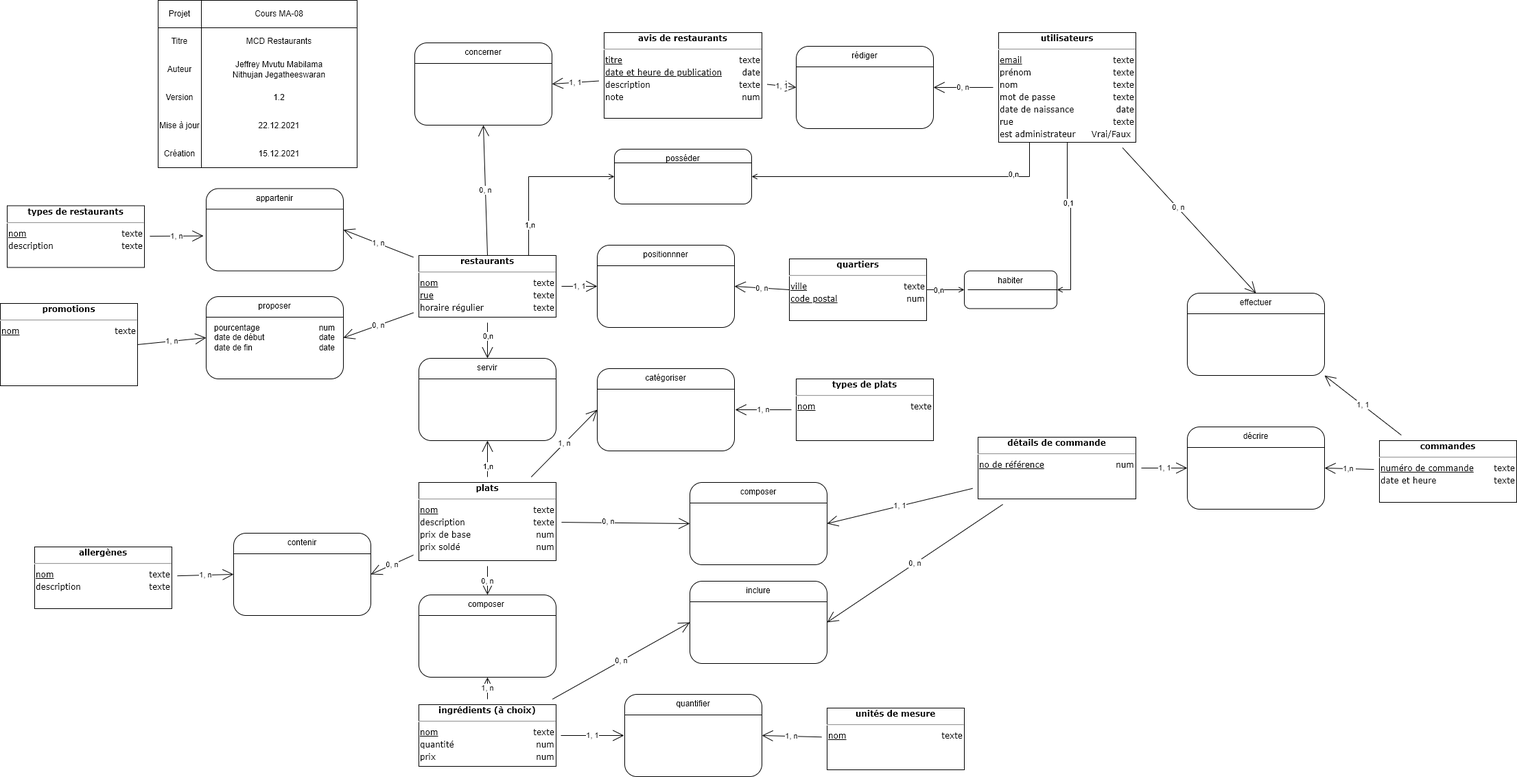
Before: Rendu/MCD-Restaurants.png, a diagram exported from draw.io (J-Nithujan/MA-08-Modele-Restaurants). Source tidied: cells renumbered, new cells last; positions are measured from the earlier drawing's top-left corner, leaving out a move shared by most shapes.
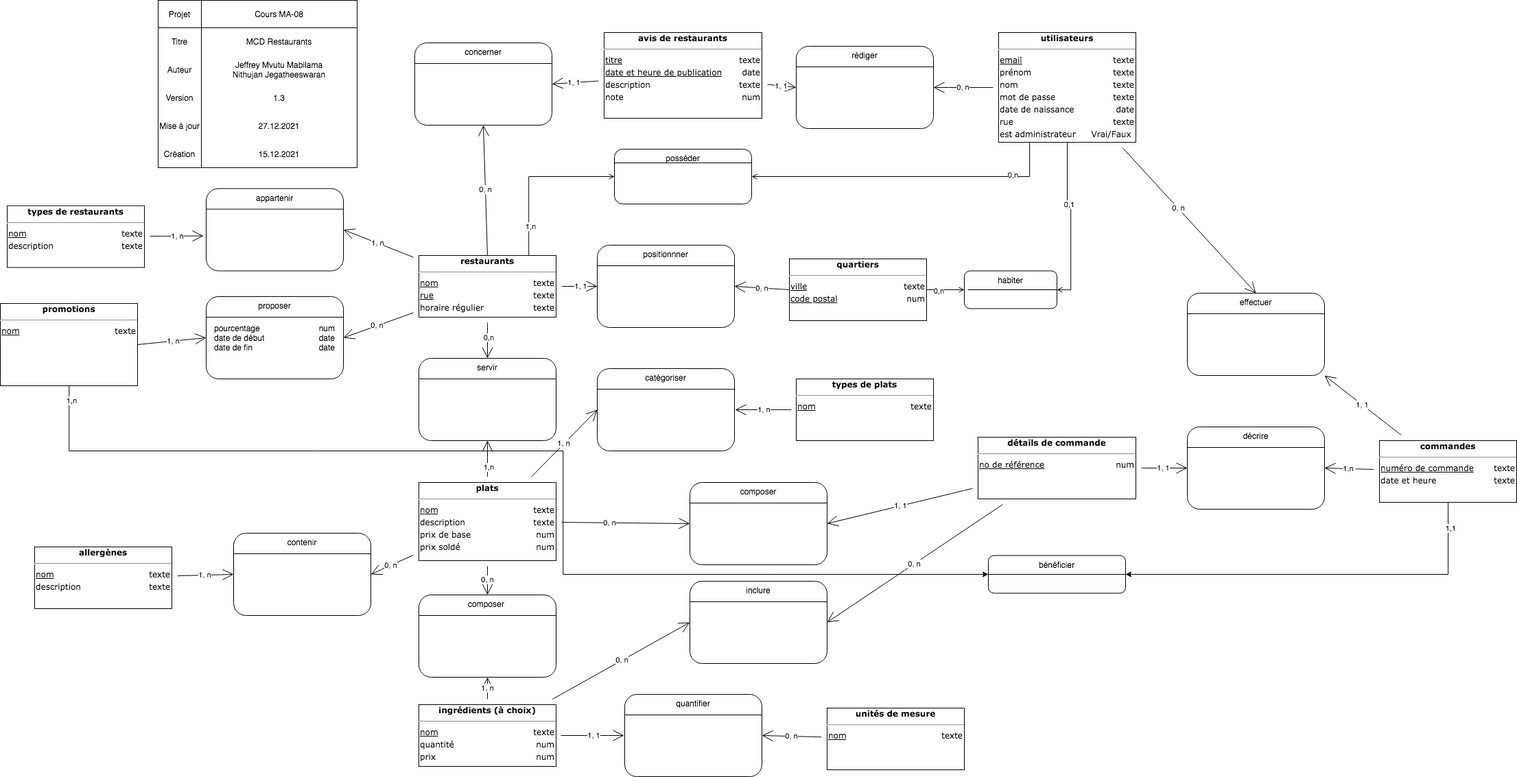
The same file after the commit.

The edit, as a diff of the source:
```diff
@@ -38,7 +38,7 @@
     <mxCell id="13" value="Version" style="shape=partialRectangle;html=1;whiteSpace=wrap;fillColor=none;top=0;left=0;bottom=0;right=0;overflow=hidden;" parent="12" vertex="1">
       <mxGeometry width="63" height="41" as="geometry" />
     </mxCell>
-    <mxCell id="14" value="1.2" style="shape=partialRectangle;html=1;whiteSpace=wrap;fillColor=none;top=0;left=0;bottom=0;right=0;overflow=hidden;" parent="12" vertex="1">
+    <mxCell id="14" value="1.3" style="shape=partialRectangle;html=1;whiteSpace=wrap;fillColor=none;top=0;left=0;bottom=0;right=0;overflow=hidden;" parent="12" vertex="1">
       <mxGeometry x="63" width="227" height="41" as="geometry" />
     </mxCell>
     <mxCell id="15" style="shape=partialRectangle;html=1;whiteSpace=wrap;fillColor=none;top=0;left=0;bottom=0;right=0;" parent="2" vertex="1">
@@ -47,7 +47,7 @@
     <mxCell id="16" value="Mise à jour" style="shape=partialRectangle;html=1;whiteSpace=wrap;fillColor=none;top=0;left=0;bottom=0;right=0;overflow=hidden;" parent="15" vertex="1">
       <mxGeometry width="63" height="41" as="geometry" />
     </mxCell>
-    <mxCell id="17" value="22.12.2021" style="shape=partialRectangle;html=1;whiteSpace=wrap;fillColor=none;top=0;left=0;bottom=0;right=0;overflow=hidden;" parent="15" vertex="1">
+    <mxCell id="17" value="27.12.2021" style="shape=partialRectangle;html=1;whiteSpace=wrap;fillColor=none;top=0;left=0;bottom=0;right=0;overflow=hidden;" parent="15" vertex="1">
       <mxGeometry x="63" width="227" height="41" as="geometry" />
     </mxCell>
     <mxCell id="18" style="shape=partialRectangle;html=1;whiteSpace=wrap;fillColor=none;top=0;left=0;bottom=0;right=0;" parent="2" vertex="1">
@@ -164,6 +164,16 @@
     <mxCell id="52" value="1, 1" style="edgeStyle=none;curved=1;rounded=0;jettySize=auto;html=1;entryX=1;entryY=1;entryDx=0;entryDy=0;endArrow=open;startSize=14;endSize=14;sourcePerimeterSpacing=8;targetPerimeterSpacing=8;" parent="1" edge="1" source="53" target="82">
       <mxGeometry relative="1" as="geometry" />
     </mxCell>
+    <mxCell id="108" style="edgeStyle=orthogonalEdgeStyle;rounded=0;jettySize=auto;html=1;entryX=1;entryY=0.5;entryDx=0;entryDy=0;" parent="1" edge="1" source="53" target="112">
+      <mxGeometry relative="1" as="geometry">
+        <Array as="points">
+          <mxPoint x="2110" y="837" />
+        </Array>
+      </mxGeometry>
+    </mxCell>
+    <mxCell id="109" value="1,1" style="edgeLabel;html=1;align=center;verticalAlign=middle;" parent="108" vertex="1">
+      <mxGeometry x="-0.88" y="2" relative="1" as="geometry" />
+    </mxCell>
     <mxCell id="53" value="&lt;div style=&quot;box-sizing: border-box ; width: 100% ; padding: 2px&quot;&gt;&lt;span style=&quot;background-color: rgb(255 , 255 , 255)&quot;&gt;&lt;b&gt;commandes&lt;/b&gt;&lt;/span&gt;&lt;/div&gt;&lt;hr&gt;&lt;table style=&quot;width: 100% ; font-size: 1em&quot; cellpadding=&quot;2&quot; cellspacing=&quot;0&quot;&gt;&lt;tbody&gt;&lt;tr&gt;&lt;td style=&quot;text-align: left&quot;&gt;&lt;u&gt;numéro de commande&lt;/u&gt;&lt;/td&gt;&lt;td style=&quot;text-align: right&quot;&gt;texte&lt;br&gt;&lt;/td&gt;&lt;/tr&gt;&lt;tr&gt;&lt;td style=&quot;text-align: left&quot;&gt;date et heure&lt;/td&gt;&lt;td style=&quot;text-align: right&quot;&gt;texte&lt;br&gt;&lt;/td&gt;&lt;/tr&gt;&lt;tr&gt;&lt;td style=&quot;text-align: left&quot;&gt;&lt;br&gt;&lt;/td&gt;&lt;td style=&quot;text-align: right&quot;&gt;&lt;br&gt;&lt;/td&gt;&lt;/tr&gt;&lt;/tbody&gt;&lt;/table&gt;" style="verticalAlign=top;align=center;overflow=fill;html=1;rounded=0;shadow=0;comic=0;labelBackgroundColor=none;strokeColor=#000000;strokeWidth=1;fillColor=#ffffff;fontFamily=Verdana;fontSize=12;fontColor=#000000;" parent="1" vertex="1">
       <mxGeometry x="2010" y="642" width="200" height="90" as="geometry" />
     </mxCell>
@@ -209,10 +219,22 @@
     <mxCell id="64" value="1, n" style="edgeStyle=none;curved=1;rounded=0;jettySize=auto;html=1;entryX=0;entryY=0.5;entryDx=0;entryDy=0;endArrow=open;startSize=14;endSize=14;sourcePerimeterSpacing=8;targetPerimeterSpacing=8;exitX=1;exitY=0.5;exitDx=0;exitDy=0;" parent="1" edge="1" source="65" target="86">
       <mxGeometry relative="1" as="geometry" />
     </mxCell>
+    <mxCell id="110" style="edgeStyle=orthogonalEdgeStyle;rounded=0;jettySize=auto;html=1;entryX=0;entryY=0.5;entryDx=0;entryDy=0;" parent="1" edge="1" source="65" target="112">
+      <mxGeometry relative="1" as="geometry">
+        <Array as="points">
+          <mxPoint x="100" y="657" />
+          <mxPoint x="820" y="657" />
+          <mxPoint x="820" y="837" />
+        </Array>
+      </mxGeometry>
+    </mxCell>
+    <mxCell id="111" value="1,n" style="edgeLabel;html=1;align=center;verticalAlign=middle;" parent="110" vertex="1">
+      <mxGeometry x="-0.97" y="2" relative="1" as="geometry" />
+    </mxCell>
     <mxCell id="65" value="&lt;div style=&quot;box-sizing: border-box ; width: 100% ; padding: 2px&quot;&gt;&lt;span style=&quot;background-color: rgb(255 , 255 , 255)&quot;&gt;&lt;b&gt;promotions&lt;/b&gt;&lt;/span&gt;&lt;/div&gt;&lt;hr&gt;&lt;table style=&quot;width: 100% ; font-size: 1em&quot; cellpadding=&quot;2&quot; cellspacing=&quot;0&quot;&gt;&lt;tbody&gt;&lt;tr&gt;&lt;td style=&quot;text-align: left&quot;&gt;&lt;u&gt;nom&lt;/u&gt;&lt;/td&gt;&lt;td style=&quot;text-align: right&quot;&gt;texte&lt;br&gt;&lt;/td&gt;&lt;/tr&gt;&lt;/tbody&gt;&lt;/table&gt;" style="verticalAlign=top;align=center;overflow=fill;html=1;rounded=0;shadow=0;comic=0;labelBackgroundColor=none;strokeColor=#000000;strokeWidth=1;fillColor=#ffffff;fontFamily=Verdana;fontSize=12;fontColor=#000000;" parent="1" vertex="1">
       <mxGeometry y="442" width="200" height="120" as="geometry" />
     </mxCell>
-    <mxCell id="66" value="1, n" style="edgeStyle=none;curved=1;rounded=0;jettySize=auto;html=1;entryX=1;entryY=0.5;entryDx=0;entryDy=0;endArrow=open;startSize=14;endSize=14;sourcePerimeterSpacing=8;targetPerimeterSpacing=8;" parent="1" edge="1" source="67" target="90">
+    <mxCell id="66" value="0, n" style="edgeStyle=none;curved=1;rounded=0;jettySize=auto;html=1;entryX=1;entryY=0.5;entryDx=0;entryDy=0;endArrow=open;startSize=14;endSize=14;sourcePerimeterSpacing=8;targetPerimeterSpacing=8;" parent="1" edge="1" source="67" target="90">
       <mxGeometry relative="1" as="geometry" />
     </mxCell>
     <mxCell id="67" value="&lt;div style=&quot;box-sizing: border-box ; width: 100% ; padding: 2px&quot;&gt;&lt;span style=&quot;background-color: rgb(255 , 255 , 255)&quot;&gt;&lt;b&gt;unités de mesure&lt;/b&gt;&lt;/span&gt;&lt;/div&gt;&lt;hr&gt;&lt;table style=&quot;width: 100% ; font-size: 1em&quot; cellpadding=&quot;2&quot; cellspacing=&quot;0&quot;&gt;&lt;tbody&gt;&lt;tr&gt;&lt;td style=&quot;text-align: left&quot;&gt;&lt;u&gt;nom&lt;/u&gt;&lt;/td&gt;&lt;td style=&quot;text-align: right&quot;&gt;texte&lt;br&gt;&lt;/td&gt;&lt;/tr&gt;&lt;/tbody&gt;&lt;/table&gt;" style="verticalAlign=top;align=center;overflow=fill;html=1;rounded=0;shadow=0;comic=0;labelBackgroundColor=none;strokeColor=#000000;strokeWidth=1;fillColor=#ffffff;fontFamily=Verdana;fontSize=12;fontColor=#000000;hachureGap=4;" parent="1" vertex="1">
@@ -365,5 +387,11 @@
     <mxCell id="107" style="endArrow=none;html=1;exitX=0;exitY=0.25;exitDx=0;exitDy=0;entryX=1;entryY=0.25;entryDx=0;entryDy=0;rounded=0;" parent="1" edge="1" source="106" target="106">
       <mxGeometry relative="1" as="geometry" />
     </mxCell>
+    <mxCell id="112" value="bénéficier" style="rounded=1;whiteSpace=wrap;html=1;verticalAlign=top;" parent="1" vertex="1">
+      <mxGeometry x="1440" y="809.5" width="200" height="55" as="geometry" />
+    </mxCell>
+    <mxCell id="113" style="endArrow=none;html=1;exitX=0;exitY=0.5;exitDx=0;exitDy=0;entryX=1;entryY=0.5;entryDx=0;entryDy=0;rounded=0;" parent="1" edge="1" source="112" target="112">
+      <mxGeometry relative="1" as="geometry" />
+    </mxCell>
   </root>
 </mxGraphModel>
```
